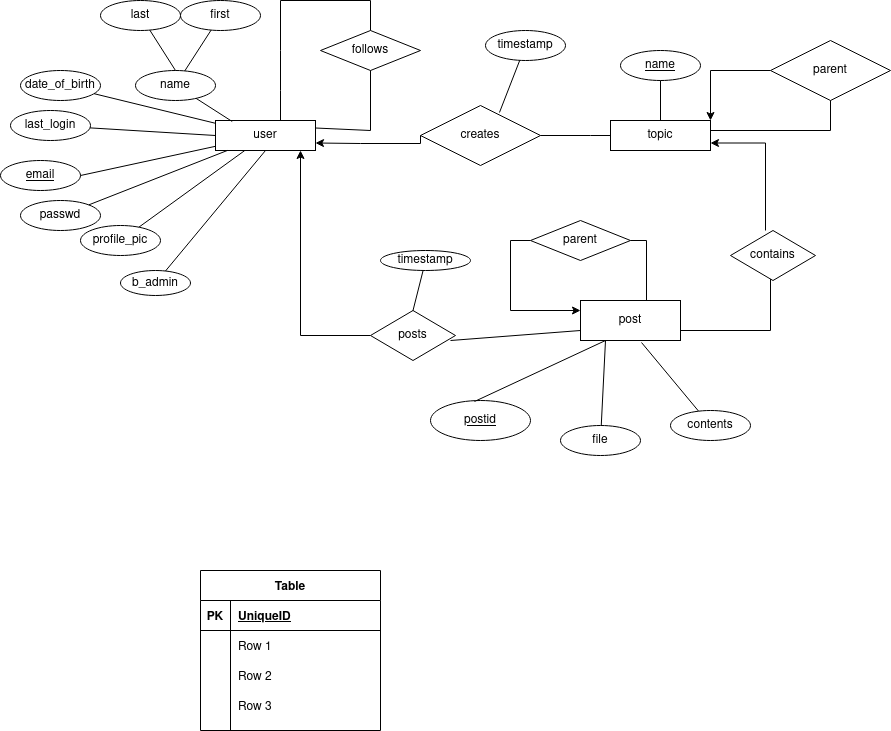
This is doc/diagrams/ER/entity_relationship_diagram.png from kubatovtamas/uzenetSZTEk, a draw.io export, as it was before one commit. Source tidied: cells renumbered, new cells last; positions are measured from the earlier drawing's top-left corner, leaving out a move shared by most shapes. Source of this version:
```xml
<mxGraphModel>
  <root>
    <mxCell id="0" />
    <mxCell id="1" parent="0" />
    <mxCell id="2" value="&lt;div&gt;user&lt;/div&gt;" style="rounded=0;whiteSpace=wrap;html=1;" parent="1" vertex="1">
      <mxGeometry x="215" y="120" width="100" height="30" as="geometry" />
    </mxCell>
    <mxCell id="3" value="topic" style="rounded=0;whiteSpace=wrap;html=1;" parent="1" vertex="1">
      <mxGeometry x="610" y="120" width="100" height="30" as="geometry" />
    </mxCell>
    <mxCell id="4" value="name" style="ellipse;whiteSpace=wrap;html=1;" parent="1" vertex="1">
      <mxGeometry x="135" y="70" width="80" height="30" as="geometry" />
    </mxCell>
    <mxCell id="5" value="&lt;u&gt;email&lt;/u&gt;" style="ellipse;whiteSpace=wrap;html=1;" parent="1" vertex="1">
      <mxGeometry y="160" width="80" height="30" as="geometry" />
    </mxCell>
    <mxCell id="6" value="date_of_birth" style="ellipse;whiteSpace=wrap;html=1;" parent="1" vertex="1">
      <mxGeometry x="20" y="70" width="80" height="30" as="geometry" />
    </mxCell>
    <mxCell id="7" value="last_login" style="ellipse;whiteSpace=wrap;html=1;" parent="1" vertex="1">
      <mxGeometry x="10" y="110" width="80" height="30" as="geometry" />
    </mxCell>
    <mxCell id="8" style="endArrow=none;html=1;" parent="1" edge="1" source="2" target="6">
      <mxGeometry relative="1" as="geometry" />
    </mxCell>
    <mxCell id="9" style="endArrow=none;html=1;exitX=0.167;exitY=0.033;exitDx=0;exitDy=0;exitPerimeter=0;" parent="1" edge="1" source="2" target="4">
      <mxGeometry relative="1" as="geometry" />
    </mxCell>
    <mxCell id="10" style="endArrow=none;html=1;entryX=1;entryY=0.5;entryDx=0;entryDy=0;" parent="1" edge="1" source="2" target="5">
      <mxGeometry relative="1" as="geometry" />
    </mxCell>
    <mxCell id="11" style="endArrow=none;html=1;entryX=0;entryY=0.5;entryDx=0;entryDy=0;" parent="1" edge="1" source="7" target="2">
      <mxGeometry relative="1" as="geometry" />
    </mxCell>
    <mxCell id="12" value="contents" style="ellipse;whiteSpace=wrap;html=1;" parent="1" vertex="1">
      <mxGeometry x="670" y="410" width="80" height="30" as="geometry" />
    </mxCell>
    <mxCell id="13" value="timestamp" style="ellipse;whiteSpace=wrap;html=1;" parent="1" vertex="1">
      <mxGeometry x="380" y="250" width="90" height="20" as="geometry" />
    </mxCell>
    <mxCell id="14" style="endArrow=none;html=1;exitX=0.61;exitY=1.05;exitDx=0;exitDy=0;exitPerimeter=0;" parent="1" edge="1" target="12">
      <mxGeometry relative="1" as="geometry">
        <mxPoint x="641" y="342" as="sourcePoint" />
      </mxGeometry>
    </mxCell>
    <mxCell id="15" style="endArrow=none;html=1;" parent="1" edge="1" target="13">
      <mxGeometry relative="1" as="geometry">
        <mxPoint x="411.4" y="314.3" as="sourcePoint" />
      </mxGeometry>
    </mxCell>
    <mxCell id="16" value="&lt;u&gt;name&lt;/u&gt;" style="ellipse;whiteSpace=wrap;html=1;" parent="1" vertex="1">
      <mxGeometry x="620" y="50" width="80" height="30" as="geometry" />
    </mxCell>
    <mxCell id="17" style="endArrow=none;html=1;exitX=0.5;exitY=1;exitDx=0;exitDy=0;" parent="1" edge="1" source="16" target="3">
      <mxGeometry relative="1" as="geometry" />
    </mxCell>
    <mxCell id="18" value="&lt;div&gt;timestamp&lt;/div&gt;" style="ellipse;whiteSpace=wrap;html=1;" parent="1" vertex="1">
      <mxGeometry x="485" y="30" width="80" height="30" as="geometry" />
    </mxCell>
    <mxCell id="19" style="endArrow=none;html=1;entryX=0.658;entryY=0.117;entryDx=0;entryDy=0;entryPerimeter=0;" parent="1" edge="1" source="18" target="21">
      <mxGeometry relative="1" as="geometry" />
    </mxCell>
    <mxCell id="20" style="edgeStyle=orthogonalEdgeStyle;rounded=0;jettySize=auto;html=1;entryX=1;entryY=0.75;entryDx=0;entryDy=0;startFill=1;endFill=1;exitX=0;exitY=0.5;exitDx=0;exitDy=0;" parent="1" edge="1" source="21" target="2">
      <mxGeometry relative="1" as="geometry">
        <Array as="points">
          <mxPoint x="420" y="143" />
          <mxPoint x="360" y="143" />
        </Array>
      </mxGeometry>
    </mxCell>
    <mxCell id="21" value="creates" style="shape=rhombus;perimeter=rhombusPerimeter;whiteSpace=wrap;html=1;align=center;" parent="1" vertex="1">
      <mxGeometry x="420" y="105" width="120" height="60" as="geometry" />
    </mxCell>
    <mxCell id="22" style="endArrow=none;html=1;rounded=0;exitX=1;exitY=0.5;exitDx=0;exitDy=0;entryX=0;entryY=0.5;entryDx=0;entryDy=0;" parent="1" edge="1" source="21" target="3">
      <mxGeometry relative="1" as="geometry">
        <Array as="points">
          <mxPoint x="590" y="135" />
        </Array>
      </mxGeometry>
    </mxCell>
    <mxCell id="23" style="edgeStyle=orthogonalEdgeStyle;rounded=0;jettySize=auto;html=1;exitX=0;exitY=0.5;exitDx=0;exitDy=0;startFill=1;endFill=1;" parent="1" edge="1" source="50" target="2">
      <mxGeometry relative="1" as="geometry">
        <Array as="points">
          <mxPoint x="300" y="335" />
        </Array>
      </mxGeometry>
    </mxCell>
    <mxCell id="24" style="endArrow=none;html=1;rounded=0;entryX=0;entryY=0.75;entryDx=0;entryDy=0;exitX=1;exitY=0.5;exitDx=0;exitDy=0;" parent="1" edge="1">
      <mxGeometry relative="1" as="geometry">
        <mxPoint x="450" y="340" as="sourcePoint" />
        <mxPoint x="580" y="330" as="targetPoint" />
      </mxGeometry>
    </mxCell>
    <mxCell id="25" style="edgeStyle=orthogonalEdgeStyle;rounded=0;jettySize=auto;html=1;entryX=1;entryY=0.75;entryDx=0;entryDy=0;startFill=1;endFill=1;exitX=0.5;exitY=0;exitDx=0;exitDy=0;" parent="1" edge="1" target="3">
      <mxGeometry relative="1" as="geometry">
        <mxPoint x="765" y="230" as="sourcePoint" />
        <Array as="points">
          <mxPoint x="765" y="143" />
        </Array>
      </mxGeometry>
    </mxCell>
    <mxCell id="26" style="endArrow=none;html=1;rounded=0;entryX=0.5;entryY=1;entryDx=0;entryDy=0;exitX=1;exitY=0.75;exitDx=0;exitDy=0;" parent="1" edge="1">
      <mxGeometry relative="1" as="geometry">
        <mxPoint x="680" y="330" as="sourcePoint" />
        <mxPoint x="770" y="270" as="targetPoint" />
        <Array as="points">
          <mxPoint x="770" y="330" />
        </Array>
      </mxGeometry>
    </mxCell>
    <mxCell id="27" value="first" style="ellipse;whiteSpace=wrap;html=1;" parent="1" vertex="1">
      <mxGeometry x="180" width="80" height="30" as="geometry" />
    </mxCell>
    <mxCell id="28" style="endArrow=none;html=1;" parent="1" edge="1" source="4" target="27">
      <mxGeometry relative="1" as="geometry" />
    </mxCell>
    <mxCell id="29" value="last" style="ellipse;whiteSpace=wrap;html=1;" parent="1" vertex="1">
      <mxGeometry x="100" width="80" height="30" as="geometry" />
    </mxCell>
    <mxCell id="30" style="endArrow=none;html=1;exitX=0.5;exitY=0;exitDx=0;exitDy=0;" parent="1" edge="1" source="4" target="29">
      <mxGeometry relative="1" as="geometry" />
    </mxCell>
    <mxCell id="31" value="follows" style="shape=rhombus;perimeter=rhombusPerimeter;whiteSpace=wrap;html=1;align=center;" parent="1" vertex="1">
      <mxGeometry x="320" y="30" width="100" height="40" as="geometry" />
    </mxCell>
    <mxCell id="32" style="endArrow=none;html=1;rounded=0;entryX=0.5;entryY=0;entryDx=0;entryDy=0;" parent="1" edge="1" target="31">
      <mxGeometry relative="1" as="geometry">
        <mxPoint x="280" y="120" as="sourcePoint" />
        <Array as="points">
          <mxPoint x="280" y="90" />
          <mxPoint x="280" y="50" />
          <mxPoint x="280" />
          <mxPoint x="370" />
        </Array>
      </mxGeometry>
    </mxCell>
    <mxCell id="33" style="endArrow=none;html=1;rounded=0;entryX=0.5;entryY=1;entryDx=0;entryDy=0;exitX=1;exitY=0.25;exitDx=0;exitDy=0;" parent="1" edge="1" source="2" target="31">
      <mxGeometry relative="1" as="geometry">
        <Array as="points">
          <mxPoint x="370" y="130" />
        </Array>
      </mxGeometry>
    </mxCell>
    <mxCell id="34" value="passwd" style="ellipse;whiteSpace=wrap;html=1;align=center;" parent="1" vertex="1">
      <mxGeometry x="20" y="200" width="80" height="30" as="geometry" />
    </mxCell>
    <mxCell id="35" style="endArrow=none;html=1;rounded=0;exitX=1;exitY=0;exitDx=0;exitDy=0;" parent="1" edge="1" source="34" target="2">
      <mxGeometry relative="1" as="geometry" />
    </mxCell>
    <mxCell id="36" value="file" style="ellipse;whiteSpace=wrap;html=1;" parent="1" vertex="1">
      <mxGeometry x="560" y="425" width="80" height="30" as="geometry" />
    </mxCell>
    <mxCell id="37" style="endArrow=none;html=1;exitX=0.25;exitY=1;exitDx=0;exitDy=0;" parent="1" edge="1" target="36">
      <mxGeometry relative="1" as="geometry">
        <mxPoint x="605" y="340" as="sourcePoint" />
      </mxGeometry>
    </mxCell>
    <mxCell id="38" value="&lt;div&gt;profile_pic&lt;/div&gt;" style="ellipse;whiteSpace=wrap;html=1;" parent="1" vertex="1">
      <mxGeometry x="80" y="225" width="80" height="30" as="geometry" />
    </mxCell>
    <mxCell id="39" style="endArrow=none;html=1;" parent="1" edge="1" source="2" target="38">
      <mxGeometry relative="1" as="geometry" />
    </mxCell>
    <mxCell id="40" style="edgeStyle=orthogonalEdgeStyle;rounded=0;jettySize=auto;html=1;entryX=1;entryY=0;entryDx=0;entryDy=0;startFill=1;endFill=1;" parent="1" edge="1" source="41" target="3">
      <mxGeometry relative="1" as="geometry" />
    </mxCell>
    <mxCell id="41" value="parent" style="shape=rhombus;perimeter=rhombusPerimeter;whiteSpace=wrap;html=1;align=center;" parent="1" vertex="1">
      <mxGeometry x="770" y="40" width="120" height="60" as="geometry" />
    </mxCell>
    <mxCell id="42" style="endArrow=none;html=1;rounded=0;entryX=0.5;entryY=1;entryDx=0;entryDy=0;" parent="1" edge="1" target="41">
      <mxGeometry relative="1" as="geometry">
        <mxPoint x="710" y="130" as="sourcePoint" />
        <Array as="points">
          <mxPoint x="830" y="130" />
        </Array>
      </mxGeometry>
    </mxCell>
    <mxCell id="43" style="edgeStyle=orthogonalEdgeStyle;rounded=0;jettySize=auto;html=1;exitX=0;exitY=0.5;exitDx=0;exitDy=0;entryX=0;entryY=0.25;entryDx=0;entryDy=0;startFill=1;endFill=1;" parent="1" edge="1" source="44">
      <mxGeometry relative="1" as="geometry">
        <mxPoint x="580" y="310" as="targetPoint" />
        <Array as="points">
          <mxPoint x="510" y="240" />
          <mxPoint x="510" y="310" />
        </Array>
      </mxGeometry>
    </mxCell>
    <mxCell id="44" value="parent" style="shape=rhombus;perimeter=rhombusPerimeter;whiteSpace=wrap;html=1;align=center;" parent="1" vertex="1">
      <mxGeometry x="530" y="220" width="100" height="40" as="geometry" />
    </mxCell>
    <mxCell id="45" style="endArrow=none;html=1;rounded=0;exitX=1;exitY=0.5;exitDx=0;exitDy=0;entryX=0.66;entryY=0.025;entryDx=0;entryDy=0;entryPerimeter=0;" parent="1" edge="1" source="44">
      <mxGeometry relative="1" as="geometry">
        <mxPoint x="646" y="301" as="targetPoint" />
        <Array as="points">
          <mxPoint x="646" y="240" />
        </Array>
      </mxGeometry>
    </mxCell>
    <mxCell id="46" value="&lt;u&gt;postid&lt;/u&gt;" style="ellipse;whiteSpace=wrap;html=1;align=center;" parent="1" vertex="1">
      <mxGeometry x="430" y="400" width="100" height="40" as="geometry" />
    </mxCell>
    <mxCell id="47" style="endArrow=none;html=1;rounded=0;entryX=0.25;entryY=1;entryDx=0;entryDy=0;exitX=0.44;exitY=0.025;exitDx=0;exitDy=0;exitPerimeter=0;" parent="1" edge="1" source="46">
      <mxGeometry relative="1" as="geometry">
        <mxPoint x="605" y="340" as="targetPoint" />
      </mxGeometry>
    </mxCell>
    <mxCell id="48" value="N" style="html=1;align=right;verticalAlign=bottom;" parent="47" vertex="1">
      <mxGeometry x="1" relative="1" as="geometry" />
    </mxCell>
    <mxCell id="49" value="post" style="whiteSpace=wrap;html=1;align=center;" parent="1" vertex="1">
      <mxGeometry x="580" y="300" width="100" height="40" as="geometry" />
    </mxCell>
    <mxCell id="50" value="posts" style="shape=rhombus;perimeter=rhombusPerimeter;whiteSpace=wrap;html=1;align=center;" parent="1" vertex="1">
      <mxGeometry x="370" y="310" width="85" height="50" as="geometry" />
    </mxCell>
    <mxCell id="51" value="contains" style="shape=rhombus;perimeter=rhombusPerimeter;whiteSpace=wrap;html=1;align=center;" parent="1" vertex="1">
      <mxGeometry x="730" y="230" width="85" height="50" as="geometry" />
    </mxCell>
    <mxCell id="52" value="Table" style="shape=table;startSize=30;rowLines=0;fontStyle=1;align=center;" parent="1" vertex="1">
      <mxGeometry x="200" y="570" width="180" height="160" as="geometry" />
    </mxCell>
    <mxCell id="53" style="shape=partialRectangle;fillColor=none;top=0;left=0;bottom=1;right=0;" parent="52" vertex="1">
      <mxGeometry y="30" width="180" height="30" as="geometry" />
    </mxCell>
    <mxCell id="54" value="PK" style="shape=partialRectangle;fillColor=none;top=0;left=0;bottom=0;right=0;fontStyle=1;overflow=hidden;" parent="53" vertex="1">
      <mxGeometry width="30" height="30" as="geometry" />
    </mxCell>
    <mxCell id="55" value="UniqueID" style="shape=partialRectangle;fillColor=none;top=0;left=0;bottom=0;right=0;align=left;spacingLeft=6;fontStyle=5;overflow=hidden;" parent="53" vertex="1">
      <mxGeometry x="30" width="150" height="30" as="geometry" />
    </mxCell>
    <mxCell id="56" style="shape=partialRectangle;fillColor=none;top=0;left=0;bottom=0;right=0;" parent="52" vertex="1">
      <mxGeometry y="60" width="180" height="30" as="geometry" />
    </mxCell>
    <mxCell id="57" style="shape=partialRectangle;fillColor=none;top=0;left=0;bottom=0;right=0;overflow=hidden;" parent="56" vertex="1">
      <mxGeometry width="30" height="30" as="geometry" />
    </mxCell>
    <mxCell id="58" value="Row 1" style="shape=partialRectangle;fillColor=none;top=0;left=0;bottom=0;right=0;align=left;spacingLeft=6;overflow=hidden;" parent="56" vertex="1">
      <mxGeometry x="30" width="150" height="30" as="geometry" />
    </mxCell>
    <mxCell id="59" style="shape=partialRectangle;fillColor=none;top=0;left=0;bottom=0;right=0;" parent="52" vertex="1">
      <mxGeometry y="90" width="180" height="30" as="geometry" />
    </mxCell>
    <mxCell id="60" style="shape=partialRectangle;fillColor=none;top=0;left=0;bottom=0;right=0;overflow=hidden;" parent="59" vertex="1">
      <mxGeometry width="30" height="30" as="geometry" />
    </mxCell>
    <mxCell id="61" value="Row 2" style="shape=partialRectangle;fillColor=none;top=0;left=0;bottom=0;right=0;align=left;spacingLeft=6;overflow=hidden;" parent="59" vertex="1">
      <mxGeometry x="30" width="150" height="30" as="geometry" />
    </mxCell>
    <mxCell id="62" style="shape=partialRectangle;fillColor=none;top=0;left=0;bottom=0;right=0;" parent="52" vertex="1">
      <mxGeometry y="120" width="180" height="30" as="geometry" />
    </mxCell>
    <mxCell id="63" style="shape=partialRectangle;fillColor=none;top=0;left=0;bottom=0;right=0;overflow=hidden;" parent="62" vertex="1">
      <mxGeometry width="30" height="30" as="geometry" />
    </mxCell>
    <mxCell id="64" value="Row 3" style="shape=partialRectangle;fillColor=none;top=0;left=0;bottom=0;right=0;align=left;spacingLeft=6;overflow=hidden;" parent="62" vertex="1">
      <mxGeometry x="30" width="150" height="30" as="geometry" />
    </mxCell>
    <mxCell id="65" value="b_admin" style="ellipse;whiteSpace=wrap;html=1;align=center;" parent="1" vertex="1">
      <mxGeometry x="120" y="270" width="70" height="25" as="geometry" />
    </mxCell>
    <mxCell id="66" style="endArrow=none;html=1;rounded=0;entryX=0.5;entryY=1;entryDx=0;entryDy=0;" parent="1" edge="1" source="65" target="2">
      <mxGeometry relative="1" as="geometry" />
    </mxCell>
    <mxCell id="67" style="edgeStyle=orthogonalEdgeStyle;rounded=0;orthogonalLoop=1;jettySize=auto;html=1;exitX=0.5;exitY=1;exitDx=0;exitDy=0;startFill=1;endFill=1;" parent="1" edge="1" source="18" target="18">
      <mxGeometry relative="1" as="geometry" />
    </mxCell>
  </root>
</mxGraphModel>
```
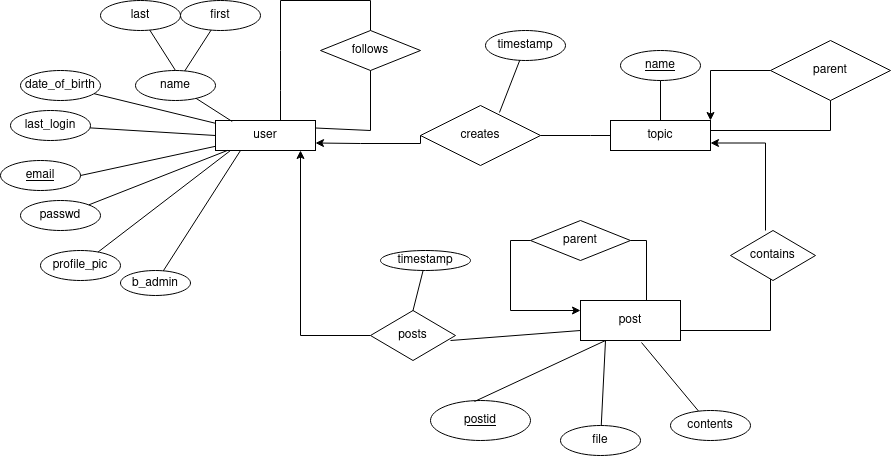
After the change.

Commit message:
Removed extraneous elements from ER diagram

Change to the diagram source:
```diff
@@ -156,9 +156,9 @@
       </mxGeometry>
     </mxCell>
     <mxCell id="38" value="&lt;div&gt;profile_pic&lt;/div&gt;" style="ellipse;whiteSpace=wrap;html=1;" parent="1" vertex="1">
-      <mxGeometry x="80" y="225" width="80" height="30" as="geometry" />
+      <mxGeometry x="40" y="250" width="80" height="30" as="geometry" />
     </mxCell>
-    <mxCell id="39" style="endArrow=none;html=1;" parent="1" edge="1" source="2" target="38">
+    <mxCell id="39" style="endArrow=none;html=1;exitX=0.15;exitY=1;exitDx=0;exitDy=0;exitPerimeter=0;" parent="1" edge="1" source="2" target="38">
       <mxGeometry relative="1" as="geometry" />
     </mxCell>
     <mxCell id="40" style="edgeStyle=orthogonalEdgeStyle;rounded=0;jettySize=auto;html=1;entryX=1;entryY=0;entryDx=0;entryDy=0;startFill=1;endFill=1;" parent="1" edge="1" source="41" target="3">
@@ -215,49 +215,10 @@
     <mxCell id="51" value="contains" style="shape=rhombus;perimeter=rhombusPerimeter;whiteSpace=wrap;html=1;align=center;" parent="1" vertex="1">
       <mxGeometry x="730" y="230" width="85" height="50" as="geometry" />
     </mxCell>
-    <mxCell id="52" value="Table" style="shape=table;startSize=30;rowLines=0;fontStyle=1;align=center;" parent="1" vertex="1">
-      <mxGeometry x="200" y="570" width="180" height="160" as="geometry" />
-    </mxCell>
-    <mxCell id="53" style="shape=partialRectangle;fillColor=none;top=0;left=0;bottom=1;right=0;" parent="52" vertex="1">
-      <mxGeometry y="30" width="180" height="30" as="geometry" />
-    </mxCell>
-    <mxCell id="54" value="PK" style="shape=partialRectangle;fillColor=none;top=0;left=0;bottom=0;right=0;fontStyle=1;overflow=hidden;" parent="53" vertex="1">
-      <mxGeometry width="30" height="30" as="geometry" />
-    </mxCell>
-    <mxCell id="55" value="UniqueID" style="shape=partialRectangle;fillColor=none;top=0;left=0;bottom=0;right=0;align=left;spacingLeft=6;fontStyle=5;overflow=hidden;" parent="53" vertex="1">
-      <mxGeometry x="30" width="150" height="30" as="geometry" />
-    </mxCell>
-    <mxCell id="56" style="shape=partialRectangle;fillColor=none;top=0;left=0;bottom=0;right=0;" parent="52" vertex="1">
-      <mxGeometry y="60" width="180" height="30" as="geometry" />
-    </mxCell>
-    <mxCell id="57" style="shape=partialRectangle;fillColor=none;top=0;left=0;bottom=0;right=0;overflow=hidden;" parent="56" vertex="1">
-      <mxGeometry width="30" height="30" as="geometry" />
-    </mxCell>
-    <mxCell id="58" value="Row 1" style="shape=partialRectangle;fillColor=none;top=0;left=0;bottom=0;right=0;align=left;spacingLeft=6;overflow=hidden;" parent="56" vertex="1">
-      <mxGeometry x="30" width="150" height="30" as="geometry" />
-    </mxCell>
-    <mxCell id="59" style="shape=partialRectangle;fillColor=none;top=0;left=0;bottom=0;right=0;" parent="52" vertex="1">
-      <mxGeometry y="90" width="180" height="30" as="geometry" />
-    </mxCell>
-    <mxCell id="60" style="shape=partialRectangle;fillColor=none;top=0;left=0;bottom=0;right=0;overflow=hidden;" parent="59" vertex="1">
-      <mxGeometry width="30" height="30" as="geometry" />
-    </mxCell>
-    <mxCell id="61" value="Row 2" style="shape=partialRectangle;fillColor=none;top=0;left=0;bottom=0;right=0;align=left;spacingLeft=6;overflow=hidden;" parent="59" vertex="1">
-      <mxGeometry x="30" width="150" height="30" as="geometry" />
-    </mxCell>
-    <mxCell id="62" style="shape=partialRectangle;fillColor=none;top=0;left=0;bottom=0;right=0;" parent="52" vertex="1">
-      <mxGeometry y="120" width="180" height="30" as="geometry" />
-    </mxCell>
-    <mxCell id="63" style="shape=partialRectangle;fillColor=none;top=0;left=0;bottom=0;right=0;overflow=hidden;" parent="62" vertex="1">
-      <mxGeometry width="30" height="30" as="geometry" />
-    </mxCell>
-    <mxCell id="64" value="Row 3" style="shape=partialRectangle;fillColor=none;top=0;left=0;bottom=0;right=0;align=left;spacingLeft=6;overflow=hidden;" parent="62" vertex="1">
-      <mxGeometry x="30" width="150" height="30" as="geometry" />
-    </mxCell>
     <mxCell id="65" value="b_admin" style="ellipse;whiteSpace=wrap;html=1;align=center;" parent="1" vertex="1">
       <mxGeometry x="120" y="270" width="70" height="25" as="geometry" />
     </mxCell>
-    <mxCell id="66" style="endArrow=none;html=1;rounded=0;entryX=0.5;entryY=1;entryDx=0;entryDy=0;" parent="1" edge="1" source="65" target="2">
+    <mxCell id="66" style="endArrow=none;html=1;rounded=0;entryX=0.25;entryY=1;entryDx=0;entryDy=0;" parent="1" edge="1" source="65" target="2">
       <mxGeometry relative="1" as="geometry" />
     </mxCell>
     <mxCell id="67" style="edgeStyle=orthogonalEdgeStyle;rounded=0;orthogonalLoop=1;jettySize=auto;html=1;exitX=0.5;exitY=1;exitDx=0;exitDy=0;startFill=1;endFill=1;" parent="1" edge="1" source="18" target="18">
```
